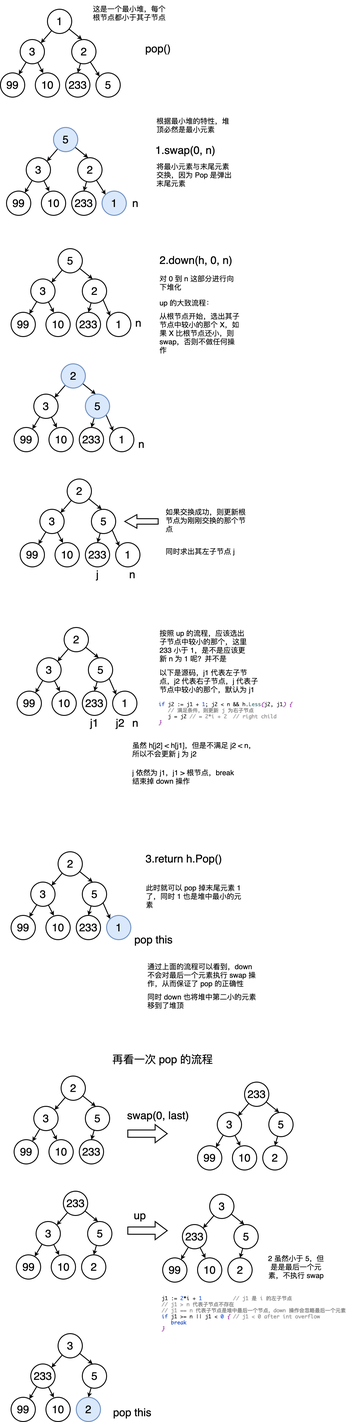
Above: source/堆的pop操作.png in autsu/diagrams (draw.io), before the change. Source tidied: cells renumbered, new cells last; positions are measured from the earlier drawing's top-left corner, leaving out a move shared by most shapes.
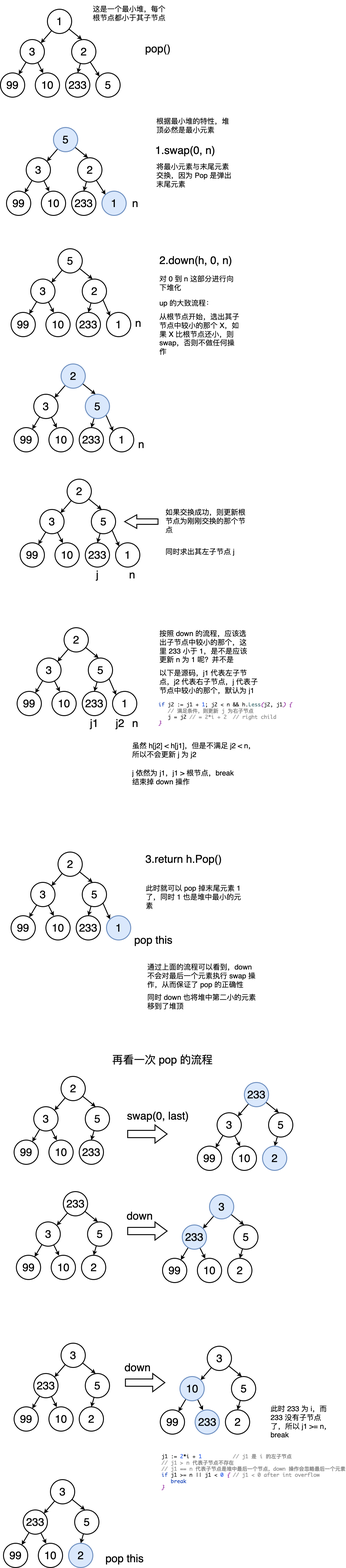
The same file after the commit.

The edit, as a diff of the source:
```diff
@@ -278,7 +278,7 @@
     <mxCell id="93" value="&lt;span style=&quot;font-size: 36px&quot;&gt;n&lt;/span&gt;" style="text;html=1;strokeColor=none;fillColor=none;align=center;verticalAlign=middle;whiteSpace=wrap;rounded=0;" parent="1" vertex="1">
       <mxGeometry x="410" y="1850" width="50" height="70" as="geometry" />
     </mxCell>
-    <mxCell id="94" value="&lt;h1&gt;&lt;span style=&quot;font-weight: 400&quot;&gt;按照 up 的流程，应该选出子节点中较小的那个，这里 233 小于 1，是不是应该更新 n 为 1 呢？并不是&lt;/span&gt;&lt;/h1&gt;" style="text;html=1;strokeColor=none;fillColor=none;spacing=5;spacingTop=-20;whiteSpace=wrap;overflow=hidden;rounded=0;strokeWidth=3;" parent="1" vertex="1">
+    <mxCell id="94" value="&lt;h1&gt;&lt;span style=&quot;font-weight: 400&quot;&gt;按照 down 的流程，应该选出子节点中较小的那个，这里 233 小于 1，是不是应该更新 n 为 1 呢？并不是&lt;/span&gt;&lt;/h1&gt;" style="text;html=1;strokeColor=none;fillColor=none;spacing=5;spacingTop=-20;whiteSpace=wrap;overflow=hidden;rounded=0;strokeWidth=3;" parent="1" vertex="1">
       <mxGeometry x="520" y="2060" width="300" height="140" as="geometry" />
     </mxCell>
     <mxCell id="95" value="&lt;span style=&quot;font-size: 36px&quot;&gt;n&lt;/span&gt;" style="text;html=1;strokeColor=none;fillColor=none;align=center;verticalAlign=middle;whiteSpace=wrap;rounded=0;" parent="1" vertex="1">
@@ -407,7 +407,7 @@
     <mxCell id="136" style="edgeStyle=none;rounded=0;jettySize=auto;html=1;entryX=0.425;entryY=0;entryDx=0;entryDy=0;entryPerimeter=0;strokeWidth=3;" parent="1" edge="1" source="137" target="142">
       <mxGeometry relative="1" as="geometry" />
     </mxCell>
-    <mxCell id="137" value="&lt;font style=&quot;font-size: 36px&quot;&gt;233&lt;/font&gt;" style="ellipse;whiteSpace=wrap;html=1;strokeWidth=3;" parent="1" vertex="1">
+    <mxCell id="137" value="&lt;font style=&quot;font-size: 36px&quot;&gt;233&lt;/font&gt;" style="ellipse;whiteSpace=wrap;html=1;strokeWidth=3;fillColor=#dae8fc;strokeColor=#6c8ebf;" parent="1" vertex="1">
       <mxGeometry x="805" y="3560" width="80" height="80" as="geometry" />
     </mxCell>
     <mxCell id="138" style="edgeStyle=none;rounded=0;jettySize=auto;html=1;strokeWidth=3;" parent="1" edge="1" source="140" target="143">
@@ -431,7 +431,7 @@
     <mxCell id="144" value="&lt;font style=&quot;font-size: 36px&quot;&gt;10&lt;/font&gt;" style="ellipse;whiteSpace=wrap;html=1;strokeWidth=3;" parent="1" vertex="1">
       <mxGeometry x="765" y="3770" width="80" height="80" as="geometry" />
     </mxCell>
-    <mxCell id="145" value="&lt;font style=&quot;font-size: 36px&quot;&gt;2&lt;/font&gt;" style="ellipse;whiteSpace=wrap;html=1;strokeWidth=3;" parent="1" vertex="1">
+    <mxCell id="145" value="&lt;font style=&quot;font-size: 36px&quot;&gt;2&lt;/font&gt;" style="ellipse;whiteSpace=wrap;html=1;strokeWidth=3;fillColor=#dae8fc;strokeColor=#6c8ebf;" parent="1" vertex="1">
       <mxGeometry x="865" y="3770" width="80" height="80" as="geometry" />
     </mxCell>
     <mxCell id="146" style="rounded=0;jettySize=auto;html=1;entryX=1;entryY=0;entryDx=0;entryDy=0;strokeWidth=3;" parent="1" edge="1" source="148" target="151">
@@ -467,7 +467,7 @@
     <mxCell id="156" value="&lt;font style=&quot;font-size: 36px&quot;&gt;2&lt;/font&gt;" style="ellipse;whiteSpace=wrap;html=1;strokeWidth=3;" parent="1" vertex="1">
       <mxGeometry x="267.5" y="4130" width="80" height="80" as="geometry" />
     </mxCell>
-    <mxCell id="157" value="&lt;span style=&quot;font-size: 36px&quot;&gt;up&lt;/span&gt;" style="text;html=1;strokeColor=none;fillColor=none;align=center;verticalAlign=middle;whiteSpace=wrap;rounded=0;" parent="1" vertex="1">
+    <mxCell id="157" value="&lt;span style=&quot;font-size: 36px&quot;&gt;down&lt;/span&gt;" style="text;html=1;strokeColor=none;fillColor=none;align=center;verticalAlign=middle;whiteSpace=wrap;rounded=0;" parent="1" vertex="1">
       <mxGeometry x="410" y="3970" width="100" height="60" as="geometry" />
     </mxCell>
     <mxCell id="158" style="html=1;shadow=0;dashed=0;align=center;verticalAlign=middle;shape=mxgraph.arrows2.arrow;dy=0.6;dx=40;notch=0;strokeWidth=3;" parent="1" vertex="1">
@@ -482,7 +482,7 @@
     <mxCell id="161" style="edgeStyle=none;rounded=0;jettySize=auto;html=1;entryX=0.425;entryY=0;entryDx=0;entryDy=0;entryPerimeter=0;strokeWidth=3;" parent="1" edge="1" source="162" target="167">
       <mxGeometry relative="1" as="geometry" />
     </mxCell>
-    <mxCell id="162" value="&lt;font style=&quot;font-size: 36px&quot;&gt;3&lt;/font&gt;" style="ellipse;whiteSpace=wrap;html=1;strokeWidth=3;" parent="1" vertex="1">
+    <mxCell id="162" value="&lt;font style=&quot;font-size: 36px&quot;&gt;3&lt;/font&gt;" style="ellipse;whiteSpace=wrap;html=1;strokeWidth=3;fillColor=#dae8fc;strokeColor=#6c8ebf;" parent="1" vertex="1">
       <mxGeometry x="690" y="3930" width="80" height="80" as="geometry" />
     </mxCell>
     <mxCell id="163" style="edgeStyle=none;rounded=0;jettySize=auto;html=1;strokeWidth=3;" parent="1" edge="1" source="165" target="168">
@@ -491,7 +491,7 @@
     <mxCell id="164" style="edgeStyle=none;rounded=0;jettySize=auto;html=1;entryX=0.325;entryY=0.013;entryDx=0;entryDy=0;entryPerimeter=0;strokeWidth=3;" parent="1" edge="1" source="165" target="169">
       <mxGeometry relative="1" as="geometry" />
     </mxCell>
-    <mxCell id="165" value="&lt;font style=&quot;font-size: 36px&quot;&gt;233&lt;/font&gt;" style="ellipse;whiteSpace=wrap;html=1;strokeWidth=3;" parent="1" vertex="1">
+    <mxCell id="165" value="&lt;font style=&quot;font-size: 36px&quot;&gt;233&lt;/font&gt;" style="ellipse;whiteSpace=wrap;html=1;strokeWidth=3;fillColor=#dae8fc;strokeColor=#6c8ebf;" parent="1" vertex="1">
       <mxGeometry x="600" y="4030" width="80" height="80" as="geometry" />
     </mxCell>
     <mxCell id="166" style="edgeStyle=none;rounded=0;jettySize=auto;html=1;entryX=0.5;entryY=0;entryDx=0;entryDy=0;strokeWidth=3;" parent="1" edge="1" source="167" target="170">
@@ -509,11 +509,11 @@
     <mxCell id="170" value="&lt;font style=&quot;font-size: 36px&quot;&gt;2&lt;/font&gt;" style="ellipse;whiteSpace=wrap;html=1;strokeWidth=3;" parent="1" vertex="1">
       <mxGeometry x="750" y="4140" width="80" height="80" as="geometry" />
     </mxCell>
-    <mxCell id="171" value="&lt;font style=&quot;font-size: 24px&quot;&gt;2 虽然小于 5，但是是最后一个元素，不执行 swap&lt;/font&gt;" style="text;html=1;strokeColor=none;fillColor=none;align=center;verticalAlign=middle;whiteSpace=wrap;rounded=0;" parent="1" vertex="1">
-      <mxGeometry x="870" y="4120" width="210" height="100" as="geometry" />
+    <mxCell id="171" value="&lt;font style=&quot;font-size: 24px&quot;&gt;此时 233 为 i，而 233 没有子节点了，所以 j1 &amp;gt;= n，break&lt;/font&gt;" style="text;html=1;strokeColor=none;fillColor=none;align=left;verticalAlign=middle;whiteSpace=wrap;rounded=0;" parent="1" vertex="1">
+      <mxGeometry x="890" y="4620" width="210" height="120" as="geometry" />
     </mxCell>
     <mxCell id="172" value="&lt;pre style=&quot;background-color: #ffffff ; color: #080808 ; font-family: &amp;quot;monaco&amp;quot; , monospace ; font-size: 12.8pt&quot;&gt;&lt;span style=&quot;color: #000000&quot;&gt;j1 &lt;/span&gt;:= &lt;span style=&quot;color: #1750eb&quot;&gt;2&lt;/span&gt;*&lt;span style=&quot;color: #000000&quot;&gt;i &lt;/span&gt;+ &lt;span style=&quot;color: #1750eb&quot;&gt;1          &lt;/span&gt;&lt;span style=&quot;color: #8c8c8c ; font-weight: bold&quot;&gt;// j1 是 i 的左子节点&lt;br&gt;&lt;/span&gt;&lt;span style=&quot;color: #8c8c8c ; font-weight: bold&quot;&gt;// j1 &amp;gt; n 代表子节点不存在&lt;br&gt;&lt;/span&gt;&lt;span style=&quot;color: #8c8c8c ; font-weight: bold&quot;&gt;// j1 == n 代表子节点是堆中最后一个节点，down 操作会忽略最后一个元素&lt;br&gt;&lt;/span&gt;&lt;span style=&quot;color: #0033b3&quot;&gt;if &lt;/span&gt;&lt;span style=&quot;color: #000000&quot;&gt;j1 &lt;/span&gt;&amp;gt;= &lt;span style=&quot;color: #000000&quot;&gt;n &lt;/span&gt;|| &lt;span style=&quot;color: #000000&quot;&gt;j1 &lt;/span&gt;&amp;lt; &lt;span style=&quot;color: #1750eb&quot;&gt;0 &lt;/span&gt;&lt;span style=&quot;color: #871094 ; font-style: italic&quot;&gt;{ &lt;/span&gt;&lt;span style=&quot;color: #8c8c8c ; font-weight: bold&quot;&gt;// j1 &amp;lt; 0 after int overflow&lt;br&gt;&lt;/span&gt;&lt;span style=&quot;color: #8c8c8c ; font-weight: bold&quot;&gt;   &lt;/span&gt;&lt;span style=&quot;color: #0033b3&quot;&gt;break&lt;br&gt;&lt;/span&gt;&lt;span style=&quot;color: #871094 ; font-style: italic&quot;&gt;}&lt;/span&gt;&lt;/pre&gt;" style="text;whiteSpace=wrap;html=1;" parent="1" vertex="1">
-      <mxGeometry x="530" y="4240" width="550" height="130" as="geometry" />
+      <mxGeometry x="530" y="4760" width="550" height="130" as="geometry" />
     </mxCell>
     <mxCell id="173" style="rounded=0;jettySize=auto;html=1;entryX=1;entryY=0;entryDx=0;entryDy=0;strokeWidth=3;" parent="1" edge="1" source="175" target="178">
       <mxGeometry relative="1" as="geometry" />
@@ -522,7 +522,7 @@
       <mxGeometry relative="1" as="geometry" />
     </mxCell>
     <mxCell id="175" value="&lt;font style=&quot;font-size: 36px&quot;&gt;3&lt;/font&gt;" style="ellipse;whiteSpace=wrap;html=1;strokeWidth=3;" parent="1" vertex="1">
-      <mxGeometry x="190" y="4390" width="80" height="80" as="geometry" />
+      <mxGeometry x="165" y="4870" width="80" height="80" as="geometry" />
     </mxCell>
     <mxCell id="176" style="edgeStyle=none;rounded=0;jettySize=auto;html=1;strokeWidth=3;" parent="1" edge="1" source="178" target="181">
       <mxGeometry relative="1" as="geometry" />
@@ -531,25 +531,97 @@
       <mxGeometry relative="1" as="geometry" />
     </mxCell>
     <mxCell id="178" value="&lt;font style=&quot;font-size: 36px&quot;&gt;233&lt;/font&gt;" style="ellipse;whiteSpace=wrap;html=1;strokeWidth=3;" parent="1" vertex="1">
-      <mxGeometry x="100" y="4490" width="80" height="80" as="geometry" />
+      <mxGeometry x="75" y="4970" width="80" height="80" as="geometry" />
     </mxCell>
     <mxCell id="179" style="edgeStyle=none;rounded=0;jettySize=auto;html=1;entryX=0.5;entryY=0;entryDx=0;entryDy=0;strokeWidth=3;" parent="1" edge="1" source="180" target="183">
       <mxGeometry relative="1" as="geometry" />
     </mxCell>
     <mxCell id="180" value="&lt;font style=&quot;font-size: 36px&quot;&gt;5&lt;/font&gt;" style="ellipse;whiteSpace=wrap;html=1;strokeWidth=3;" parent="1" vertex="1">
-      <mxGeometry x="270" y="4490" width="80" height="80" as="geometry" />
+      <mxGeometry x="245" y="4970" width="80" height="80" as="geometry" />
     </mxCell>
     <mxCell id="181" value="&lt;font style=&quot;font-size: 36px&quot;&gt;99&lt;/font&gt;" style="ellipse;whiteSpace=wrap;html=1;strokeWidth=3;" parent="1" vertex="1">
-      <mxGeometry x="35" y="4600" width="80" height="80" as="geometry" />
+      <mxGeometry x="10" y="5080" width="80" height="80" as="geometry" />
     </mxCell>
     <mxCell id="182" value="&lt;font style=&quot;font-size: 36px&quot;&gt;10&lt;/font&gt;" style="ellipse;whiteSpace=wrap;html=1;strokeWidth=3;" parent="1" vertex="1">
-      <mxGeometry x="150" y="4600" width="80" height="80" as="geometry" />
+      <mxGeometry x="125" y="5080" width="80" height="80" as="geometry" />
     </mxCell>
     <mxCell id="183" value="&lt;font style=&quot;font-size: 36px&quot;&gt;2&lt;/font&gt;" style="ellipse;whiteSpace=wrap;html=1;strokeWidth=3;fillColor=#dae8fc;strokeColor=#6c8ebf;" parent="1" vertex="1">
-      <mxGeometry x="250" y="4600" width="80" height="80" as="geometry" />
+      <mxGeometry x="225" y="5080" width="80" height="80" as="geometry" />
     </mxCell>
     <mxCell id="184" value="&lt;span style=&quot;font-size: 36px&quot;&gt;pop this&lt;/span&gt;" style="text;html=1;strokeColor=none;fillColor=none;align=center;verticalAlign=middle;whiteSpace=wrap;rounded=0;" parent="1" vertex="1">
-      <mxGeometry x="360" y="4620" width="150" height="60" as="geometry" />
+      <mxGeometry x="335" y="5100" width="150" height="60" as="geometry" />
     </mxCell>
+    <mxCell id="185" style="rounded=0;jettySize=auto;html=1;entryX=1;entryY=0;entryDx=0;entryDy=0;strokeWidth=3;" parent="1" edge="1" source="187" target="190">
+      <mxGeometry relative="1" as="geometry" />
+    </mxCell>
+    <mxCell id="186" style="edgeStyle=none;rounded=0;jettySize=auto;html=1;entryX=0.425;entryY=0;entryDx=0;entryDy=0;entryPerimeter=0;strokeWidth=3;" parent="1" edge="1" source="187" target="192">
+      <mxGeometry relative="1" as="geometry" />
+    </mxCell>
+    <mxCell id="187" value="&lt;font style=&quot;font-size: 36px&quot;&gt;3&lt;/font&gt;" style="ellipse;whiteSpace=wrap;html=1;strokeWidth=3;" parent="1" vertex="1">
+      <mxGeometry x="200" y="4420" width="80" height="80" as="geometry" />
+    </mxCell>
+    <mxCell id="188" style="edgeStyle=none;rounded=0;jettySize=auto;html=1;strokeWidth=3;" parent="1" edge="1" source="190" target="193">
+      <mxGeometry relative="1" as="geometry" />
+    </mxCell>
+    <mxCell id="189" style="edgeStyle=none;rounded=0;jettySize=auto;html=1;entryX=0.325;entryY=0.013;entryDx=0;entryDy=0;entryPerimeter=0;strokeWidth=3;" parent="1" edge="1" source="190" target="194">
+      <mxGeometry relative="1" as="geometry" />
+    </mxCell>
+    <mxCell id="190" value="&lt;font style=&quot;font-size: 36px&quot;&gt;233&lt;/font&gt;" style="ellipse;whiteSpace=wrap;html=1;strokeWidth=3;" parent="1" vertex="1">
+      <mxGeometry x="110" y="4520" width="80" height="80" as="geometry" />
+    </mxCell>
+    <mxCell id="191" style="edgeStyle=none;rounded=0;jettySize=auto;html=1;entryX=0.5;entryY=0;entryDx=0;entryDy=0;strokeWidth=3;" parent="1" edge="1" source="192" target="195">
+      <mxGeometry relative="1" as="geometry" />
+    </mxCell>
+    <mxCell id="192" value="&lt;font style=&quot;font-size: 36px&quot;&gt;5&lt;/font&gt;" style="ellipse;whiteSpace=wrap;html=1;strokeWidth=3;" parent="1" vertex="1">
+      <mxGeometry x="280" y="4520" width="80" height="80" as="geometry" />
+    </mxCell>
+    <mxCell id="193" value="&lt;font style=&quot;font-size: 36px&quot;&gt;99&lt;/font&gt;" style="ellipse;whiteSpace=wrap;html=1;strokeWidth=3;" parent="1" vertex="1">
+      <mxGeometry x="45" y="4630" width="80" height="80" as="geometry" />
+    </mxCell>
+    <mxCell id="194" value="&lt;font style=&quot;font-size: 36px&quot;&gt;10&lt;/font&gt;" style="ellipse;whiteSpace=wrap;html=1;strokeWidth=3;" parent="1" vertex="1">
+      <mxGeometry x="160" y="4630" width="80" height="80" as="geometry" />
+    </mxCell>
+    <mxCell id="195" value="&lt;font style=&quot;font-size: 36px&quot;&gt;2&lt;/font&gt;" style="ellipse;whiteSpace=wrap;html=1;strokeWidth=3;" parent="1" vertex="1">
+      <mxGeometry x="260" y="4630" width="80" height="80" as="geometry" />
+    </mxCell>
+    <mxCell id="196" value="&lt;span style=&quot;font-size: 36px&quot;&gt;down&lt;/span&gt;" style="text;html=1;strokeColor=none;fillColor=none;align=center;verticalAlign=middle;whiteSpace=wrap;rounded=0;" parent="1" vertex="1">
+      <mxGeometry x="402.5" y="4470" width="100" height="60" as="geometry" />
+    </mxCell>
+    <mxCell id="197" style="html=1;shadow=0;dashed=0;align=center;verticalAlign=middle;shape=mxgraph.arrows2.arrow;dy=0.6;dx=40;notch=0;strokeWidth=3;" parent="1" vertex="1">
+      <mxGeometry x="412.5" y="4520" width="130" height="60" as="geometry" />
+    </mxCell>
+    <mxCell id="198" style="rounded=0;jettySize=auto;html=1;entryX=1;entryY=0;entryDx=0;entryDy=0;strokeWidth=3;" parent="1" edge="1" source="200" target="203">
+      <mxGeometry relative="1" as="geometry" />
+    </mxCell>
+    <mxCell id="199" style="edgeStyle=none;rounded=0;jettySize=auto;html=1;entryX=0.425;entryY=0;entryDx=0;entryDy=0;entryPerimeter=0;strokeWidth=3;" parent="1" edge="1" source="200" target="205">
+      <mxGeometry relative="1" as="geometry" />
+    </mxCell>
+    <mxCell id="200" value="&lt;font style=&quot;font-size: 36px&quot;&gt;3&lt;/font&gt;" style="ellipse;whiteSpace=wrap;html=1;strokeWidth=3;" parent="1" vertex="1">
+      <mxGeometry x="682.5" y="4430" width="80" height="80" as="geometry" />
+    </mxCell>
+    <mxCell id="201" style="edgeStyle=none;rounded=0;jettySize=auto;html=1;strokeWidth=3;" parent="1" edge="1" source="203" target="206">
+      <mxGeometry relative="1" as="geometry" />
+    </mxCell>
+    <mxCell id="202" style="edgeStyle=none;rounded=0;jettySize=auto;html=1;entryX=0.325;entryY=0.013;entryDx=0;entryDy=0;entryPerimeter=0;strokeWidth=3;" parent="1" edge="1" source="203" target="207">
+      <mxGeometry relative="1" as="geometry" />
+    </mxCell>
+    <mxCell id="203" value="&lt;font style=&quot;font-size: 36px&quot;&gt;10&lt;/font&gt;" style="ellipse;whiteSpace=wrap;html=1;strokeWidth=3;fillColor=#dae8fc;strokeColor=#6c8ebf;" parent="1" vertex="1">
+      <mxGeometry x="592.5" y="4530" width="80" height="80" as="geometry" />
+    </mxCell>
+    <mxCell id="204" style="edgeStyle=none;rounded=0;jettySize=auto;html=1;entryX=0.5;entryY=0;entryDx=0;entryDy=0;strokeWidth=3;" parent="1" edge="1" source="205" target="208">
+      <mxGeometry relative="1" as="geometry" />
+    </mxCell>
+    <mxCell id="205" value="&lt;font style=&quot;font-size: 36px&quot;&gt;5&lt;/font&gt;" style="ellipse;whiteSpace=wrap;html=1;strokeWidth=3;" parent="1" vertex="1">
+      <mxGeometry x="762.5" y="4530" width="80" height="80" as="geometry" />
+    </mxCell>
+    <mxCell id="206" value="&lt;font style=&quot;font-size: 36px&quot;&gt;99&lt;/font&gt;" style="ellipse;whiteSpace=wrap;html=1;strokeWidth=3;" parent="1" vertex="1">
+      <mxGeometry x="527.5" y="4640" width="80" height="80" as="geometry" />
+    </mxCell>
+    <mxCell id="207" value="&lt;font style=&quot;font-size: 36px&quot;&gt;233&lt;/font&gt;" style="ellipse;whiteSpace=wrap;html=1;strokeWidth=3;fillColor=#dae8fc;strokeColor=#6c8ebf;" parent="1" vertex="1">
+      <mxGeometry x="642.5" y="4640" width="80" height="80" as="geometry" />
+    </mxCell>
+    <mxCell id="208" value="&lt;font style=&quot;font-size: 36px&quot;&gt;2&lt;/font&gt;" style="ellipse;whiteSpace=wrap;html=1;strokeWidth=3;" parent="1" vertex="1">
+      <mxGeometry x="742.5" y="4640" width="80" height="80" as="geometry" />
+    </mxCell>
   </root>
 </mxGraphModel>
```
